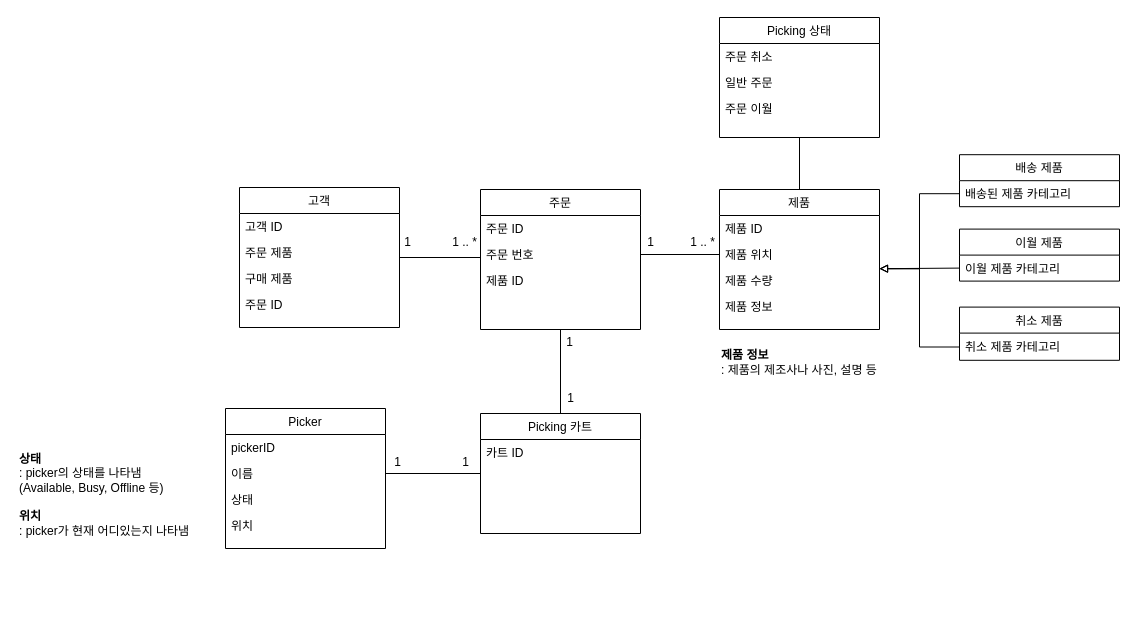
Before: 시분설_6조_class_diagram.drawio in dbsrudrla/diagram, a draw.io diagram. Source tidied: cells renumbered, new cells numbered last; positions are measured from the earlier drawing's top-left corner, leaving out a move shared by most shapes. Both pictures are drawn from the tidied source at 100%, with x=0, y=0 at pixel (17, 17).
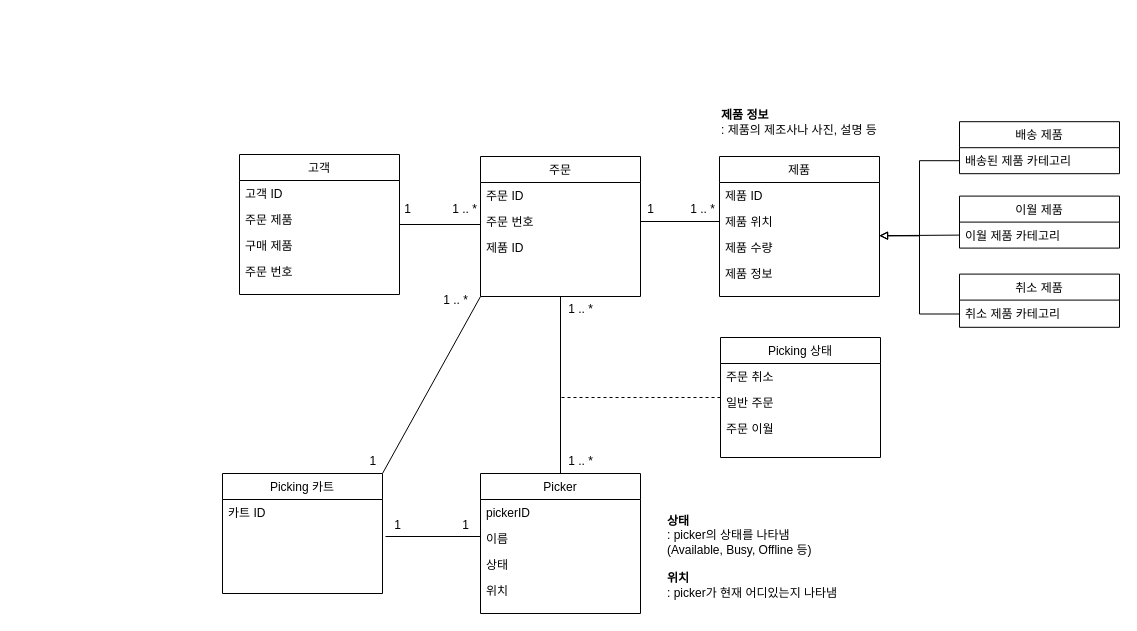
After the change.

Commit message (it also covers changes not shown here):
시분설_6조_class_diagram.drawio 업데이트

Unchanged cells that the change refers to:
```xml
<mxCell id="32" value="배송된 제품 카테고리" style="text;align=left;verticalAlign=top;spacingLeft=4;spacingRight=4;overflow=hidden;points=[[0,0.5],[1,0.5]];portConstraint=eastwest;rounded=0;shadow=0;html=0;" parent="31" vertex="1">
  <mxGeometry y="26" width="160" height="26" as="geometry" />
</mxCell>
```

Diff of the diagram source:
```diff
@@
     <mxCell id="2" value="제품" style="swimlane;fontStyle=0;align=center;verticalAlign=top;horizontal=1;startSize=26;rounded=0;shadow=0;strokeWidth=1;" parent="1" vertex="1">
-      <mxGeometry x="702" y="172" width="160" height="140" as="geometry" />
+      <mxGeometry x="702" y="139" width="160" height="140" as="geometry" />
     </mxCell>
@@
-    <mxCell id="7" style="rounded=0;jettySize=auto;html=1;exitX=0.5;exitY=0;exitDx=0;exitDy=0;entryX=0.5;entryY=1;entryDx=0;entryDy=0;endArrow=none;endFill=0;" parent="1" edge="1" source="8" target="10">
+    <mxCell id="7" style="rounded=0;jettySize=auto;html=1;entryX=0.5;entryY=1;entryDx=0;entryDy=0;endArrow=none;endFill=0;exitX=0.5;exitY=0;exitDx=0;exitDy=0;" parent="1" edge="1" source="20" target="10">
       <mxGeometry relative="1" as="geometry" />
     </mxCell>
-    <mxCell id="8" value="Picking 카트" style="swimlane;fontStyle=0;align=center;verticalAlign=top;horizontal=1;startSize=26;rounded=0;shadow=0;strokeWidth=1;" parent="1" vertex="1">
-      <mxGeometry x="463" y="396" width="160" height="120" as="geometry" />
-    </mxCell>
-    <mxCell id="9" value="카트 ID" style="text;align=left;verticalAlign=top;spacingLeft=4;spacingRight=4;overflow=hidden;rounded=0;shadow=0;html=0;" parent="8" vertex="1">
-      <mxGeometry y="26" width="160" height="26" as="geometry" />
-    </mxCell>
     <mxCell id="10" value="주문" style="swimlane;fontStyle=0;align=center;verticalAlign=top;horizontal=1;startSize=26;rounded=0;shadow=0;strokeWidth=1;" parent="1" vertex="1">
-      <mxGeometry x="463" y="172" width="160" height="140" as="geometry" />
+      <mxGeometry x="463" y="139" width="160" height="140" as="geometry" />
     </mxCell>
@@
     <mxCell id="14" style="rounded=0;jettySize=auto;html=1;exitX=1;exitY=0.5;exitDx=0;exitDy=0;endArrow=none;endFill=0;" parent="1" edge="1" source="15">
       <mxGeometry relative="1" as="geometry">
-        <mxPoint x="463" y="240" as="targetPoint" />
+        <mxPoint x="463" y="207" as="targetPoint" />
       </mxGeometry>
     </mxCell>
     <mxCell id="15" value="고객" style="swimlane;fontStyle=0;align=center;verticalAlign=top;horizontal=1;startSize=26;rounded=0;shadow=0;strokeWidth=1;" parent="1" vertex="1">
-      <mxGeometry x="222" y="170" width="160" height="140" as="geometry" />
+      <mxGeometry x="222" y="137" width="160" height="140" as="geometry" />
     </mxCell>
@@
-    <mxCell id="19" value="주문 ID" style="text;align=left;verticalAlign=top;spacingLeft=4;spacingRight=4;overflow=hidden;rounded=0;shadow=0;html=0;" parent="15" vertex="1">
+    <mxCell id="19" value="주문 번호" style="text;align=left;verticalAlign=top;spacingLeft=4;spacingRight=4;overflow=hidden;rounded=0;shadow=0;html=0;" parent="15" vertex="1">
       <mxGeometry y="104" width="160" height="26" as="geometry" />
     </mxCell>
-    <mxCell id="20" value="Picker" style="swimlane;fontStyle=0;align=center;verticalAlign=top;horizontal=1;startSize=26;rounded=0;shadow=0;strokeWidth=1;" parent="1" vertex="1">
-      <mxGeometry x="208" y="391" width="160" height="140" as="geometry" />
-    </mxCell>
-    <mxCell id="21" value="pickerID" style="text;align=left;verticalAlign=top;spacingLeft=4;spacingRight=4;overflow=hidden;rounded=0;shadow=0;html=0;" parent="20" vertex="1">
-      <mxGeometry y="26" width="160" height="26" as="geometry" />
-    </mxCell>
-    <mxCell id="22" value="이름" style="text;align=left;verticalAlign=top;spacingLeft=4;spacingRight=4;overflow=hidden;points=[[0,0.5],[1,0.5]];portConstraint=eastwest;" parent="20" vertex="1">
-      <mxGeometry y="52" width="160" height="26" as="geometry" />
-    </mxCell>
-    <mxCell id="23" value="상태" style="text;align=left;verticalAlign=top;spacingLeft=4;spacingRight=4;overflow=hidden;rounded=0;shadow=0;html=0;" parent="20" vertex="1">
-      <mxGeometry y="78" width="160" height="26" as="geometry" />
-    </mxCell>
-    <mxCell id="24" value="위치" style="text;align=left;verticalAlign=top;spacingLeft=4;spacingRight=4;overflow=hidden;rounded=0;shadow=0;html=0;" parent="20" vertex="1">
-      <mxGeometry y="104" width="160" height="26" as="geometry" />
-    </mxCell>
+    <mxCell id="52" style="rounded=0;jettySize=auto;html=1;entryX=0;entryY=1;entryDx=0;entryDy=0;endArrow=none;endFill=0;exitX=1;exitY=0;exitDx=0;exitDy=0;" parent="1" edge="1" source="8" target="10">
+      <mxGeometry relative="1" as="geometry" />
+    </mxCell>
     <mxCell id="25" style="rounded=0;jettySize=auto;html=1;entryX=1;entryY=0.5;entryDx=0;entryDy=0;endArrow=block;endFill=0;exitX=0;exitY=0.75;exitDx=0;exitDy=0;" parent="1" edge="1" source="26">
       <mxGeometry relative="1" as="geometry">
-        <mxPoint x="862" y="251.2" as="targetPoint" />
+        <mxPoint x="862" y="218.2" as="targetPoint" />
       </mxGeometry>
     </mxCell>
     <mxCell id="26" value="이월 제품" style="swimlane;fontStyle=0;align=center;verticalAlign=top;horizontal=1;startSize=26;rounded=0;shadow=0;strokeWidth=1;" parent="1" vertex="1">
-      <mxGeometry x="942" y="211.6" width="160" height="52" as="geometry" />
+      <mxGeometry x="942" y="178.6" width="160" height="52" as="geometry" />
     </mxCell>
@@
     <mxCell id="28" style="edgeStyle=elbowEdgeStyle;rounded=0;jettySize=auto;html=1;exitX=0;exitY=0.75;exitDx=0;exitDy=0;startArrow=none;startFill=0;endArrow=block;endFill=0;entryX=1;entryY=0.5;entryDx=0;entryDy=0;" parent="1" edge="1" source="29">
       <mxGeometry relative="1" as="geometry">
-        <mxPoint x="862" y="251.2" as="targetPoint" />
+        <mxPoint x="862" y="218.2" as="targetPoint" />
       </mxGeometry>
     </mxCell>
     <mxCell id="29" value="취소 제품" style="swimlane;fontStyle=0;align=center;verticalAlign=top;horizontal=1;startSize=26;rounded=0;shadow=0;strokeWidth=1;" parent="1" vertex="1">
-      <mxGeometry x="942" y="289.6" width="160" height="53.2" as="geometry" />
+      <mxGeometry x="942" y="256.6" width="160" height="53.2" as="geometry" />
     </mxCell>
@@
     <mxCell id="31" value="배송 제품" style="swimlane;fontStyle=0;align=center;verticalAlign=top;horizontal=1;startSize=26;rounded=0;shadow=0;strokeWidth=1;" parent="1" vertex="1">
-      <mxGeometry x="942" y="137.2" width="160" height="52" as="geometry" />
+      <mxGeometry x="942" y="104.2" width="160" height="52" as="geometry" />
     </mxCell>
@@
     <mxCell id="33" style="edgeStyle=elbowEdgeStyle;rounded=0;jettySize=auto;html=1;exitX=0;exitY=0.5;exitDx=0;exitDy=0;endArrow=block;endFill=0;entryX=1;entryY=0.5;entryDx=0;entryDy=0;" parent="1" edge="1" source="32">
       <mxGeometry relative="1" as="geometry">
-        <mxPoint x="862" y="251.2" as="targetPoint" />
+        <mxPoint x="862" y="218.2" as="targetPoint" />
       </mxGeometry>
     </mxCell>
-    <mxCell id="34" style="rounded=0;jettySize=auto;html=1;entryX=0;entryY=0.5;entryDx=0;entryDy=0;endArrow=none;endFill=0;exitX=1;exitY=0.5;exitDx=0;exitDy=0;" parent="1" edge="1" source="22" target="8">
-      <mxGeometry relative="1" as="geometry" />
+    <mxCell id="34" style="rounded=0;orthogonalLoop=1;jettySize=auto;html=1;entryX=0;entryY=0.5;entryDx=0;entryDy=0;endArrow=none;endFill=0;exitX=1;exitY=0.5;exitDx=0;exitDy=0;" parent="1" edge="1">
+      <mxGeometry relative="1" as="geometry">
+        <mxPoint x="368" y="519" as="sourcePoint" />
+        <mxPoint x="463" y="519" as="targetPoint" />
+      </mxGeometry>
     </mxCell>
@@
     <mxCell id="36" value="&lt;b&gt;상태&lt;/b&gt;&amp;nbsp;&lt;br&gt;: picker의 상태를 나타냄&lt;br&gt;(Available, Busy, Offline 등)" style="text;html=1;strokeColor=none;fillColor=none;align=left;verticalAlign=middle;whiteSpace=wrap;rounded=0;" parent="1" vertex="1">
-      <mxGeometry y="431" width="190" height="50" as="geometry" />
+      <mxGeometry x="648" y="493" width="190" height="50" as="geometry" />
     </mxCell>
     <mxCell id="37" value="&lt;b&gt;위치&lt;/b&gt;&amp;nbsp;&lt;br&gt;: picker가 현재 어디있는지 나타냄" style="text;html=1;strokeColor=none;fillColor=none;align=left;verticalAlign=middle;whiteSpace=wrap;rounded=0;" parent="1" vertex="1">
-      <mxGeometry y="481" width="190" height="50" as="geometry" />
+      <mxGeometry x="648" y="543" width="190" height="50" as="geometry" />
     </mxCell>
     <mxCell id="38" value="&lt;b&gt;제품 정보&lt;/b&gt;&amp;nbsp;&lt;br&gt;: 제품의 제조사나 사진, 설명 등" style="text;html=1;strokeColor=none;fillColor=none;align=left;verticalAlign=middle;whiteSpace=wrap;rounded=0;" parent="1" vertex="1">
-      <mxGeometry x="702" y="320" width="176" height="50" as="geometry" />
+      <mxGeometry x="702" y="80" width="176" height="50" as="geometry" />
     </mxCell>
     <mxCell id="39" value="1" style="text;html=1;align=center;verticalAlign=middle;strokeColor=none;fillColor=none;" parent="1" vertex="1">
-      <mxGeometry x="365" y="430" width="30" height="30" as="geometry" />
+      <mxGeometry x="365" y="493" width="30" height="30" as="geometry" />
     </mxCell>
     <mxCell id="40" value="1" style="text;html=1;align=center;verticalAlign=middle;strokeColor=none;fillColor=none;" parent="1" vertex="1">
-      <mxGeometry x="433" y="430" width="30" height="30" as="geometry" />
+      <mxGeometry x="433" y="493" width="30" height="30" as="geometry" />
     </mxCell>
-    <mxCell id="41" style="edgeStyle=orthogonalEdgeStyle;rounded=0;jettySize=auto;html=1;entryX=0.5;entryY=0;entryDx=0;entryDy=0;endArrow=none;endFill=0;" parent="1" edge="1" source="42" target="2">
-      <mxGeometry relative="1" as="geometry" />
-    </mxCell>
+    <mxCell id="53" style="edgeStyle=orthogonalEdgeStyle;rounded=0;jettySize=auto;html=1;exitX=0;exitY=0.5;exitDx=0;exitDy=0;dashed=1;endArrow=none;endFill=0;" parent="1" edge="1" source="42">
+      <mxGeometry relative="1" as="geometry">
+        <mxPoint x="544" y="380" as="targetPoint" />
+      </mxGeometry>
+    </mxCell>
     <mxCell id="42" value="Picking 상태" style="swimlane;fontStyle=0;align=center;verticalAlign=top;horizontal=1;startSize=26;rounded=0;shadow=0;strokeWidth=1;" parent="1" vertex="1">
-      <mxGeometry x="702" width="160" height="120" as="geometry" />
+      <mxGeometry x="703" y="320" width="160" height="120" as="geometry" />
     </mxCell>
@@
-    <mxCell id="46" value="1" style="text;html=1;align=center;verticalAlign=middle;strokeColor=none;fillColor=none;" parent="1" vertex="1">
-      <mxGeometry x="537" y="310" width="30" height="30" as="geometry" />
+    <mxCell id="46" value="1 .. *" style="text;html=1;align=center;verticalAlign=middle;strokeColor=none;fillColor=none;" parent="1" vertex="1">
+      <mxGeometry x="538" y="277" width="50" height="30" as="geometry" />
     </mxCell>
-    <mxCell id="47" value="1" style="text;html=1;align=center;verticalAlign=middle;strokeColor=none;fillColor=none;" parent="1" vertex="1">
-      <mxGeometry x="538" y="366" width="30" height="30" as="geometry" />
+    <mxCell id="47" value="1 .. *" style="text;html=1;align=center;verticalAlign=middle;strokeColor=none;fillColor=none;" parent="1" vertex="1">
+      <mxGeometry x="538" y="429" width="50" height="30" as="geometry" />
     </mxCell>
     <mxCell id="48" value="1" style="text;html=1;align=center;verticalAlign=middle;strokeColor=none;fillColor=none;" parent="1" vertex="1">
-      <mxGeometry x="375" y="210" width="30" height="30" as="geometry" />
+      <mxGeometry x="375" y="177" width="30" height="30" as="geometry" />
     </mxCell>
     <mxCell id="49" value="1 .. *" style="text;html=1;align=center;verticalAlign=middle;strokeColor=none;fillColor=none;" parent="1" vertex="1">
-      <mxGeometry x="422" y="210" width="50" height="30" as="geometry" />
+      <mxGeometry x="422" y="177" width="50" height="30" as="geometry" />
     </mxCell>
     <mxCell id="50" value="1" style="text;html=1;align=center;verticalAlign=middle;strokeColor=none;fillColor=none;" parent="1" vertex="1">
-      <mxGeometry x="618" y="210" width="30" height="30" as="geometry" />
+      <mxGeometry x="618" y="177" width="30" height="30" as="geometry" />
     </mxCell>
     <mxCell id="51" value="1 .. *" style="text;html=1;align=center;verticalAlign=middle;strokeColor=none;fillColor=none;" parent="1" vertex="1">
-      <mxGeometry x="660" y="210" width="50" height="30" as="geometry" />
+      <mxGeometry x="660" y="177" width="50" height="30" as="geometry" />
     </mxCell>
+    <mxCell id="54" value="1 .. *" style="text;html=1;align=center;verticalAlign=middle;strokeColor=none;fillColor=none;" parent="1" vertex="1">
+      <mxGeometry x="413" y="268.2" width="50" height="30" as="geometry" />
+    </mxCell>
+    <mxCell id="55" value="1&amp;nbsp;" style="text;html=1;align=center;verticalAlign=middle;strokeColor=none;fillColor=none;" parent="1" vertex="1">
+      <mxGeometry x="342" y="429" width="30" height="30" as="geometry" />
+    </mxCell>
+    <mxCell id="20" value="Picker" style="swimlane;fontStyle=0;align=center;verticalAlign=top;horizontal=1;startSize=26;rounded=0;shadow=0;strokeWidth=1;" parent="1" vertex="1">
+      <mxGeometry x="463" y="456" width="160" height="140" as="geometry" />
+    </mxCell>
+    <mxCell id="21" value="pickerID" style="text;align=left;verticalAlign=top;spacingLeft=4;spacingRight=4;overflow=hidden;rounded=0;shadow=0;html=0;" parent="20" vertex="1">
+      <mxGeometry y="26" width="160" height="26" as="geometry" />
+    </mxCell>
+    <mxCell id="22" value="이름" style="text;align=left;verticalAlign=top;spacingLeft=4;spacingRight=4;overflow=hidden;points=[[0,0.5],[1,0.5]];portConstraint=eastwest;" parent="20" vertex="1">
+      <mxGeometry y="52" width="160" height="26" as="geometry" />
+    </mxCell>
+    <mxCell id="23" value="상태" style="text;align=left;verticalAlign=top;spacingLeft=4;spacingRight=4;overflow=hidden;rounded=0;shadow=0;html=0;" parent="20" vertex="1">
+      <mxGeometry y="78" width="160" height="26" as="geometry" />
+    </mxCell>
+    <mxCell id="24" value="위치" style="text;align=left;verticalAlign=top;spacingLeft=4;spacingRight=4;overflow=hidden;rounded=0;shadow=0;html=0;" parent="20" vertex="1">
+      <mxGeometry y="104" width="160" height="26" as="geometry" />
+    </mxCell>
+    <mxCell id="8" value="Picking 카트" style="swimlane;fontStyle=0;align=center;verticalAlign=top;horizontal=1;startSize=26;rounded=0;shadow=0;strokeWidth=1;" parent="1" vertex="1">
+      <mxGeometry x="205" y="456" width="160" height="120" as="geometry" />
+    </mxCell>
+    <mxCell id="9" value="카트 ID" style="text;align=left;verticalAlign=top;spacingLeft=4;spacingRight=4;overflow=hidden;rounded=0;shadow=0;html=0;" parent="8" vertex="1">
+      <mxGeometry y="26" width="160" height="26" as="geometry" />
+    </mxCell>
```
